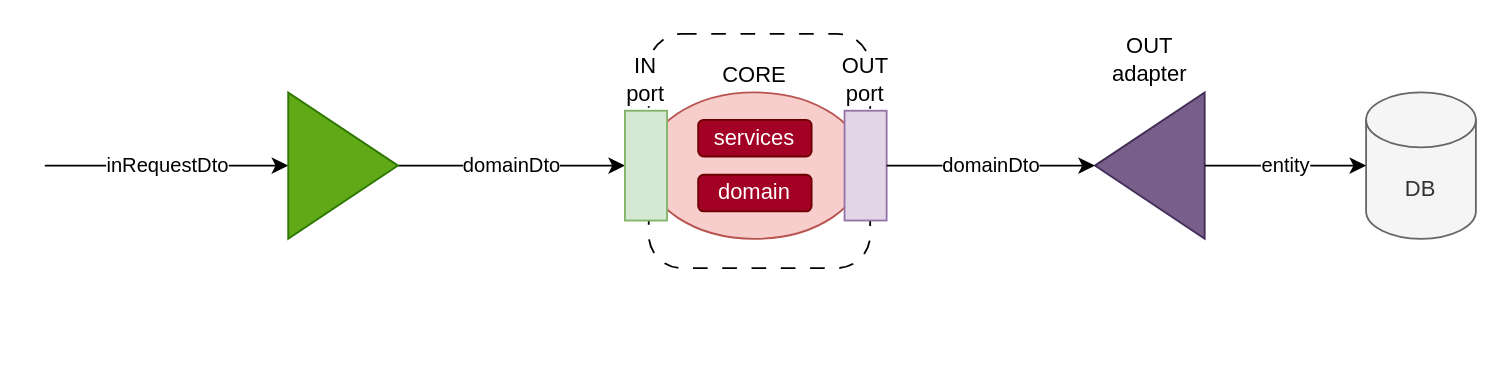
Above: diagrams/hexagonal.drawio in PreCyz/hexagonal (draw.io), before the change. Source tidied: cells renumbered, new cells numbered last; positions are measured from the earlier drawing's top-left corner, leaving out a move shared by most shapes. Both pictures are drawn from the tidied source at 183%, with x=0, y=0 at pixel (44, 33).
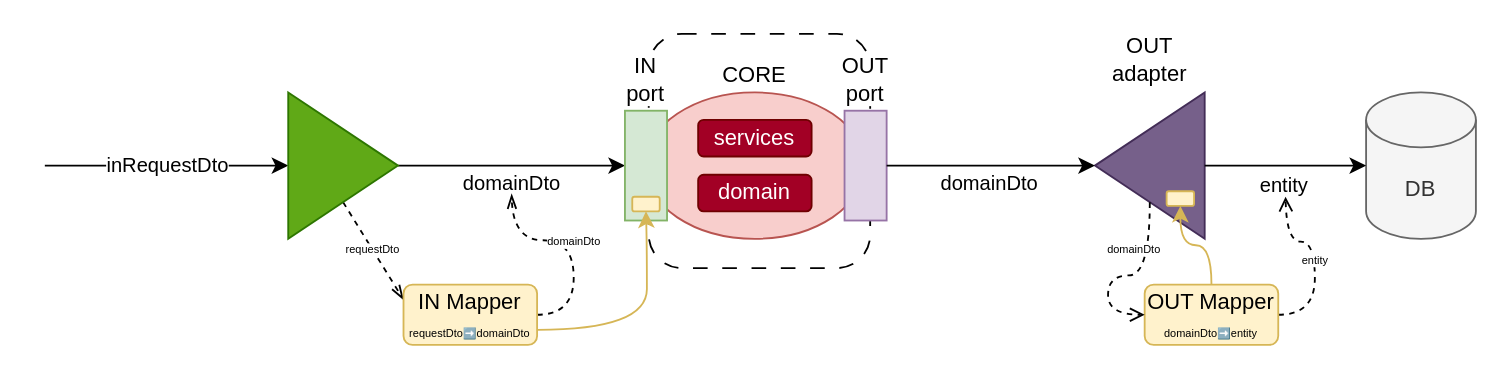
The same page after the edit.

Unchanged cells that the change refers to:
```xml
<mxCell id="5" value="IN adapter" style="triangle;whiteSpace=wrap;html=1;fillColor=#60a917;strokeColor=#2D7600;verticalAlign=bottom;labelPosition=center;verticalLabelPosition=top;align=center;fontColor=#ffffff;" parent="1" vertex="1">
  <mxGeometry x="133" y="32" width="60" height="80" as="geometry" />
</mxCell>
<mxCell id="7" value="IN port" style="rounded=0;whiteSpace=wrap;html=1;verticalAlign=bottom;labelPosition=center;verticalLabelPosition=top;align=center;fillColor=#d5e8d4;strokeColor=#82b366;labelBackgroundColor=default;" parent="1" vertex="1">
  <mxGeometry x="317" y="42" width="23" height="60" as="geometry" />
</mxCell>
<mxCell id="8" value="OUT port" style="rounded=0;whiteSpace=wrap;html=1;verticalAlign=bottom;labelPosition=center;verticalLabelPosition=top;align=center;fillColor=#e1d5e7;strokeColor=#9673a6;labelBackgroundColor=default;" parent="1" vertex="1">
  <mxGeometry x="437" y="42" width="23" height="60" as="geometry" />
</mxCell>
<mxCell id="9" style="group;" parent="1" vertex="1">
  <mxGeometry x="573.8" y="4" width="60" height="108" as="geometry" />
</mxCell>
<mxCell id="10" style="verticalLabelPosition=bottom;verticalAlign=top;html=1;shape=mxgraph.basic.acute_triangle;dx=0.5;rotation=270;horizontal=1;fillColor=#76608a;strokeColor=#432D57;fontColor=#ffffff;" parent="9" vertex="1">
  <mxGeometry x="-10" y="38" width="80" height="60" as="geometry" />
</mxCell>
<mxCell id="15" value="DB" style="shape=cylinder3;whiteSpace=wrap;html=1;boundedLbl=1;backgroundOutline=1;size=15;fillColor=#f5f5f5;fontColor=#333333;strokeColor=#666666;" parent="1" vertex="1">
  <mxGeometry x="722" y="32" width="60" height="80" as="geometry" />
</mxCell>
```

The edit, as a diff of the source:
```diff
@@
     <mxCell id="4" value="domainDto" style="edgeStyle=orthogonalEdgeStyle;rounded=0;jettySize=auto;html=1;entryX=0;entryY=0.5;entryDx=0;entryDy=0;" parent="1" edge="1" source="5" target="7">
-      <mxGeometry relative="1" as="geometry" />
+      <mxGeometry y="-10" relative="1" as="geometry" />
     </mxCell>
+    <mxCell id="17" value="requestDto" style="rounded=0;jettySize=auto;html=1;exitX=0.5;exitY=1;exitDx=0;exitDy=0;entryX=0;entryY=0.25;entryDx=0;entryDy=0;dashed=1;endArrow=openThin;endFill=0;fontSize=6;" parent="1" edge="1" source="5" target="21">
+      <mxGeometry relative="1" as="geometry" />
+    </mxCell>
@@
+    <mxCell id="18" style="rounded=1;whiteSpace=wrap;html=1;fillColor=#fff2cc;strokeColor=#d6b656;" parent="9" vertex="1">
+      <mxGeometry x="39.2" y="82" width="15" height="8" as="geometry" />
+    </mxCell>
     <mxCell id="12" value="domainDto" style="edgeStyle=orthogonalEdgeStyle;rounded=0;jettySize=auto;html=1;entryX=0;entryY=0;entryDx=40;entryDy=0;entryPerimeter=0;" parent="1" edge="1" source="8" target="10">
-      <mxGeometry relative="1" as="geometry" />
+      <mxGeometry x="-0.02" y="-10" relative="1" as="geometry" />
     </mxCell>
@@
     <mxCell id="16" value="entity" style="edgeStyle=orthogonalEdgeStyle;rounded=0;jettySize=auto;html=1;entryX=0;entryY=0.5;entryDx=0;entryDy=0;entryPerimeter=0;" parent="1" edge="1" source="10" target="15">
-      <mxGeometry relative="1" as="geometry" />
+      <mxGeometry x="-0.02" y="-11" relative="1" as="geometry" />
     </mxCell>
+    <mxCell id="19" style="edgeStyle=orthogonalEdgeStyle;curved=1;rounded=0;jettySize=auto;html=1;entryX=0.5;entryY=1;entryDx=0;entryDy=0;fillColor=#fff2cc;strokeColor=#d6b656;exitX=1;exitY=0.75;exitDx=0;exitDy=0;" parent="1" edge="1" source="21" target="25">
+      <mxGeometry relative="1" as="geometry">
+        <Array as="points">
+          <mxPoint x="329" y="162" />
+          <mxPoint x="329" y="117" />
+          <mxPoint x="329" y="117" />
+        </Array>
+      </mxGeometry>
+    </mxCell>
+    <mxCell id="20" value="domainDto" style="edgeStyle=orthogonalEdgeStyle;curved=1;rounded=0;jettySize=auto;html=1;exitX=1;exitY=0.5;exitDx=0;exitDy=0;endArrow=openThin;endFill=0;dashed=1;fontSize=6;" parent="1" edge="1" source="21">
+      <mxGeometry relative="1" as="geometry">
+        <mxPoint x="255.1" y="87.6" as="targetPoint" />
+      </mxGeometry>
+    </mxCell>
+    <mxCell id="21" value="IN Mapper&lt;br&gt;&lt;span style=&quot;font-size: 6px; background-color: transparent; color: light-dark(rgb(0, 0, 0), rgb(255, 255, 255));&quot;&gt;requestDto➡️domainDto&lt;/span&gt;" style="rounded=1;whiteSpace=wrap;html=1;fillColor=#fff2cc;strokeColor=#d6b656;" parent="1" vertex="1">
+      <mxGeometry x="196" y="137" width="73" height="33" as="geometry" />
+    </mxCell>
+    <mxCell id="22" style="edgeStyle=orthogonalEdgeStyle;curved=1;rounded=0;jettySize=auto;html=1;entryX=0.5;entryY=1;entryDx=0;entryDy=0;fillColor=#fff2cc;strokeColor=#d6b656;exitX=0.5;exitY=0;exitDx=0;exitDy=0;" parent="1" edge="1" source="24" target="18">
+      <mxGeometry relative="1" as="geometry" />
+    </mxCell>
+    <mxCell id="23" value="entity" style="edgeStyle=orthogonalEdgeStyle;curved=1;rounded=0;jettySize=auto;html=1;dashed=1;endArrow=open;endFill=0;fontSize=6;" parent="1" edge="1" source="24">
+      <mxGeometry relative="1" as="geometry">
+        <mxPoint x="678" y="89" as="targetPoint" />
+      </mxGeometry>
+    </mxCell>
+    <mxCell id="24" value="OUT Mapper&lt;div&gt;&lt;span style=&quot;font-size: 6px;&quot;&gt;domainDto➡️entity&lt;/span&gt;&lt;/div&gt;" style="rounded=1;whiteSpace=wrap;html=1;fillColor=#fff2cc;strokeColor=#d6b656;" parent="1" vertex="1">
+      <mxGeometry x="601" y="137" width="73" height="33" as="geometry" />
+    </mxCell>
+    <mxCell id="25" style="rounded=1;whiteSpace=wrap;html=1;fillColor=#fff2cc;strokeColor=#d6b656;" parent="1" vertex="1">
+      <mxGeometry x="321" y="89" width="15" height="8" as="geometry" />
+    </mxCell>
+    <mxCell id="26" value="domainDto" style="edgeStyle=orthogonalEdgeStyle;curved=1;rounded=0;jettySize=auto;html=1;exitX=0;exitY=0;exitDx=20;exitDy=30;exitPerimeter=0;entryX=0;entryY=0.5;entryDx=0;entryDy=0;dashed=1;endArrow=open;endFill=0;fontSize=6;" parent="1" edge="1" source="10" target="24">
+      <mxGeometry x="-0.51" y="-9" relative="1" as="geometry" />
+    </mxCell>
```
